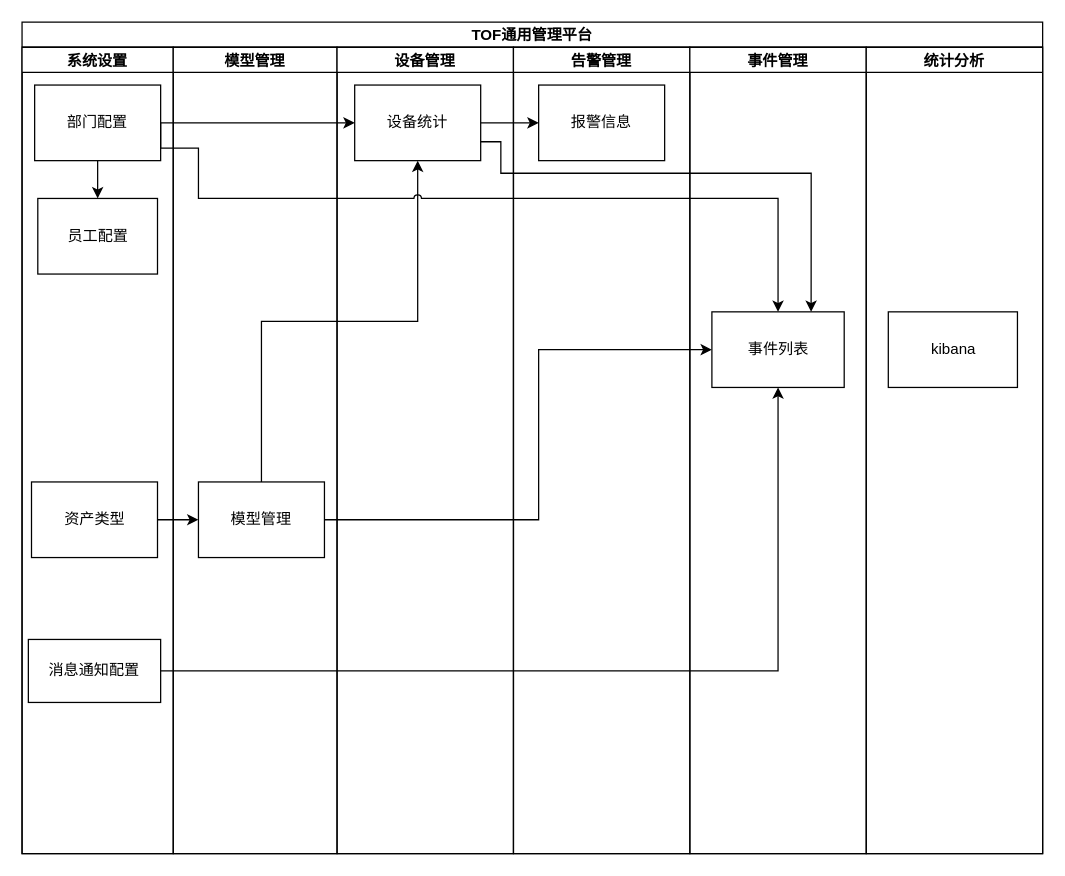
Before: Untitled Diagram.drawio in star-devil/diagramsFiles, a draw.io diagram. Source tidied: cells renumbered, new cells numbered last; positions are measured from the earlier drawing's top-left corner, leaving out a move shared by most shapes. Both pictures are drawn from the tidied source at 126%, with x=0, y=0 at pixel (21, 21).
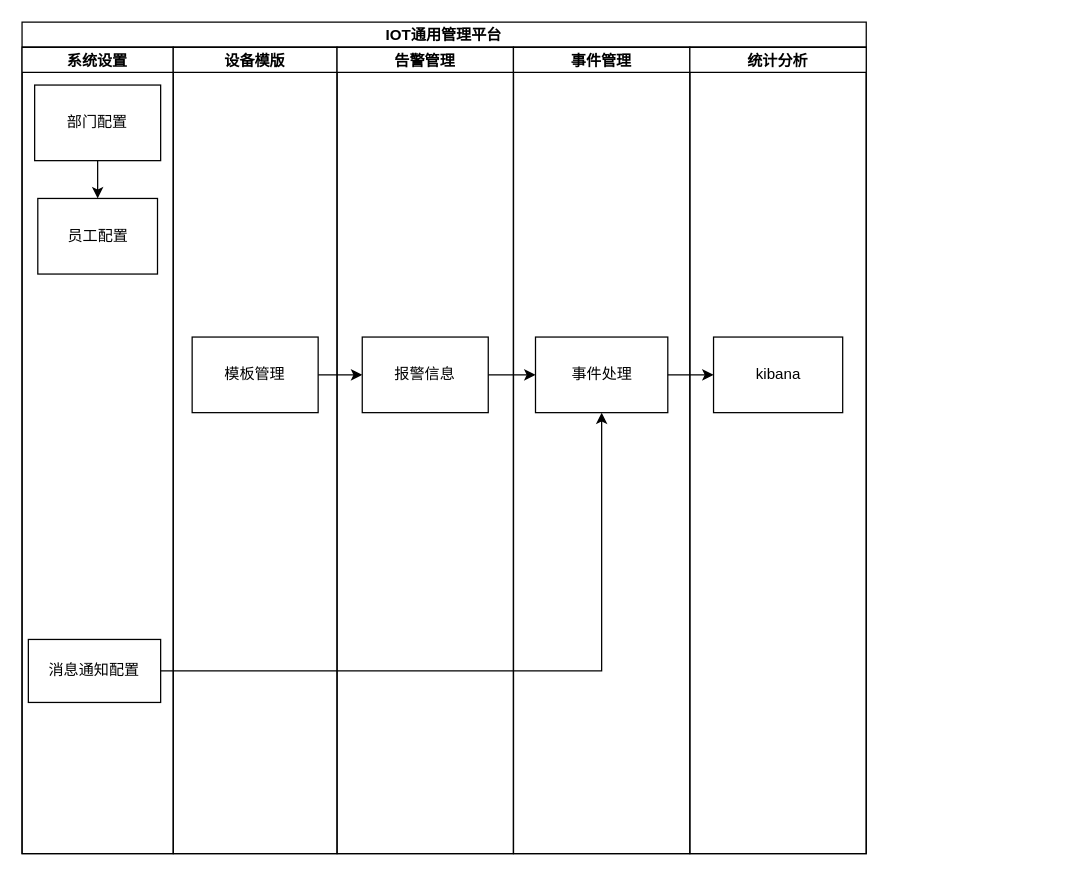
After the change.

The change refers to these unchanged cells:
```xml
<mxCell id="4" value="系统设置" style="swimlane;startSize=20;" parent="2" vertex="1">
  <mxGeometry y="20" width="120" height="640" as="geometry" />
</mxCell>
<mxCell id="6" value="部门配置" style="whiteSpace=wrap;html=1;" parent="4" vertex="1">
  <mxGeometry x="10" y="30" width="100" height="60" as="geometry" />
</mxCell>
```

Change to the diagram source:
```diff
@@
-    <mxCell id="2" value="TOF通用管理平台" style="swimlane;startSize=20;" parent="1" vertex="1">
-      <mxGeometry width="810" height="660" as="geometry" />
+    <mxCell id="2" value="IOT通用管理平台" style="swimlane;startSize=20;" parent="1" vertex="1">
+      <mxGeometry width="670" height="660" as="geometry" />
     </mxCell>
-    <mxCell id="3" style="edgeStyle=orthogonalEdgeStyle;rounded=0;jettySize=auto;html=1;exitX=1;exitY=0.5;exitDx=0;exitDy=0;" parent="2" edge="1" source="8" target="11">
-      <mxGeometry relative="1" as="geometry" />
-    </mxCell>
@@
-    <mxCell id="8" value="资产类型" style="whiteSpace=wrap;html=1;" parent="4" vertex="1">
-      <mxGeometry x="7.5" y="345" width="100" height="60" as="geometry" />
-    </mxCell>
@@
-    <mxCell id="10" value="模型管理" style="swimlane;startSize=20;" parent="2" vertex="1">
+    <mxCell id="10" value="设备模版" style="swimlane;startSize=20;" parent="2" vertex="1">
       <mxGeometry x="120" y="20" width="130" height="640" as="geometry" />
     </mxCell>
-    <mxCell id="11" value="模型管理" style="whiteSpace=wrap;html=1;" parent="10" vertex="1">
-      <mxGeometry x="20" y="345" width="100" height="60" as="geometry" />
+    <mxCell id="11" value="模板管理" style="whiteSpace=wrap;html=1;" parent="10" vertex="1">
+      <mxGeometry x="15" y="230" width="100" height="60" as="geometry" />
     </mxCell>
-    <mxCell id="12" style="edgeStyle=orthogonalEdgeStyle;rounded=0;jettySize=auto;html=1;exitX=1;exitY=0.5;exitDx=0;exitDy=0;entryX=0;entryY=0.5;entryDx=0;entryDy=0;" parent="2" edge="1" source="6" target="15">
-      <mxGeometry relative="1" as="geometry">
-        <Array as="points">
-          <mxPoint x="200" y="80" />
-          <mxPoint x="200" y="80" />
-        </Array>
-      </mxGeometry>
-    </mxCell>
-    <mxCell id="13" style="edgeStyle=orthogonalEdgeStyle;rounded=0;jettySize=auto;html=1;exitX=0.5;exitY=0;exitDx=0;exitDy=0;entryX=0.5;entryY=1;entryDx=0;entryDy=0;" parent="2" edge="1" source="11" target="15">
-      <mxGeometry relative="1" as="geometry" />
-    </mxCell>
-    <mxCell id="14" value="设备管理" style="swimlane;startSize=20;" parent="2" vertex="1">
-      <mxGeometry x="250" y="20" width="140" height="640" as="geometry" />
-    </mxCell>
-    <mxCell id="15" value="设备统计" style="whiteSpace=wrap;html=1;" parent="14" vertex="1">
-      <mxGeometry x="14" y="30" width="100" height="60" as="geometry" />
-    </mxCell>
     <mxCell id="16" value="告警管理" style="swimlane;startSize=20;" parent="2" vertex="1">
-      <mxGeometry x="390" y="20" width="140" height="640" as="geometry" />
+      <mxGeometry x="250" y="20" width="140" height="640" as="geometry" />
     </mxCell>
     <mxCell id="17" value="报警信息" style="whiteSpace=wrap;html=1;" parent="16" vertex="1">
-      <mxGeometry x="20" y="30" width="100" height="60" as="geometry" />
+      <mxGeometry x="20" y="230" width="100" height="60" as="geometry" />
     </mxCell>
     <mxCell id="18" value="事件管理" style="swimlane;startSize=20;" parent="2" vertex="1">
-      <mxGeometry x="530" y="20" width="140" height="640" as="geometry" />
+      <mxGeometry x="390" y="20" width="140" height="640" as="geometry" />
     </mxCell>
-    <mxCell id="19" value="事件列表" style="whiteSpace=wrap;html=1;" parent="18" vertex="1">
-      <mxGeometry x="17.5" y="210" width="105" height="60" as="geometry" />
+    <mxCell id="19" value="事件处理" style="whiteSpace=wrap;html=1;" parent="18" vertex="1">
+      <mxGeometry x="17.5" y="230" width="105" height="60" as="geometry" />
     </mxCell>
     <mxCell id="20" value="统计分析" style="swimlane;startSize=20;" parent="2" vertex="1">
-      <mxGeometry x="670" y="20" width="140" height="640" as="geometry" />
+      <mxGeometry x="530" y="20" width="140" height="640" as="geometry" />
     </mxCell>
     <mxCell id="21" value="kibana" style="whiteSpace=wrap;html=1;" parent="20" vertex="1">
-      <mxGeometry x="17.5" y="210" width="102.5" height="60" as="geometry" />
+      <mxGeometry x="18.8" y="230" width="102.5" height="60" as="geometry" />
     </mxCell>
-    <mxCell id="22" style="edgeStyle=orthogonalEdgeStyle;rounded=0;jettySize=auto;html=1;exitX=1;exitY=0.5;exitDx=0;exitDy=0;" parent="2" edge="1" source="15" target="17">
-      <mxGeometry relative="1" as="geometry" />
-    </mxCell>
-    <mxCell id="23" style="edgeStyle=orthogonalEdgeStyle;rounded=0;jettySize=auto;html=1;exitX=1;exitY=0.5;exitDx=0;exitDy=0;entryX=0;entryY=0.5;entryDx=0;entryDy=0;" parent="2" edge="1" source="11" target="19">
-      <mxGeometry relative="1" as="geometry">
-        <Array as="points">
-          <mxPoint x="410" y="395" />
-          <mxPoint x="410" y="260" />
-        </Array>
-      </mxGeometry>
-    </mxCell>
-    <mxCell id="24" style="rounded=0;jettySize=auto;html=1;exitX=1;exitY=0.5;exitDx=0;exitDy=0;edgeStyle=orthogonalEdgeStyle;jumpStyle=arc;" parent="2" edge="1" source="6" target="19">
-      <mxGeometry relative="1" as="geometry">
-        <Array as="points">
-          <mxPoint x="110" y="100" />
-          <mxPoint x="140" y="100" />
-          <mxPoint x="140" y="140" />
-          <mxPoint x="600" y="140" />
-        </Array>
-      </mxGeometry>
-    </mxCell>
-    <mxCell id="25" style="edgeStyle=orthogonalEdgeStyle;rounded=0;jettySize=auto;html=1;exitX=1;exitY=0.75;exitDx=0;exitDy=0;entryX=0.75;entryY=0;entryDx=0;entryDy=0;" parent="2" edge="1" source="15" target="19">
-      <mxGeometry relative="1" as="geometry">
-        <Array as="points">
-          <mxPoint x="380" y="95" />
-          <mxPoint x="380" y="120" />
-          <mxPoint x="626" y="120" />
-        </Array>
-      </mxGeometry>
-    </mxCell>
@@
+    <mxCell id="27" style="edgeStyle=orthogonalEdgeStyle;rounded=0;jettySize=auto;html=1;exitX=1;exitY=0.5;exitDx=0;exitDy=0;" parent="2" edge="1" source="17" target="19">
+      <mxGeometry relative="1" as="geometry" />
+    </mxCell>
+    <mxCell id="28" style="edgeStyle=orthogonalEdgeStyle;rounded=0;jettySize=auto;html=1;exitX=1;exitY=0.5;exitDx=0;exitDy=0;entryX=0;entryY=0.5;entryDx=0;entryDy=0;" parent="2" edge="1" source="11" target="17">
+      <mxGeometry relative="1" as="geometry" />
+    </mxCell>
+    <mxCell id="29" style="edgeStyle=orthogonalEdgeStyle;rounded=0;jettySize=auto;html=1;exitX=1;exitY=0.5;exitDx=0;exitDy=0;entryX=0;entryY=0.5;entryDx=0;entryDy=0;" parent="2" edge="1" source="19" target="21">
+      <mxGeometry relative="1" as="geometry" />
+    </mxCell>
```
